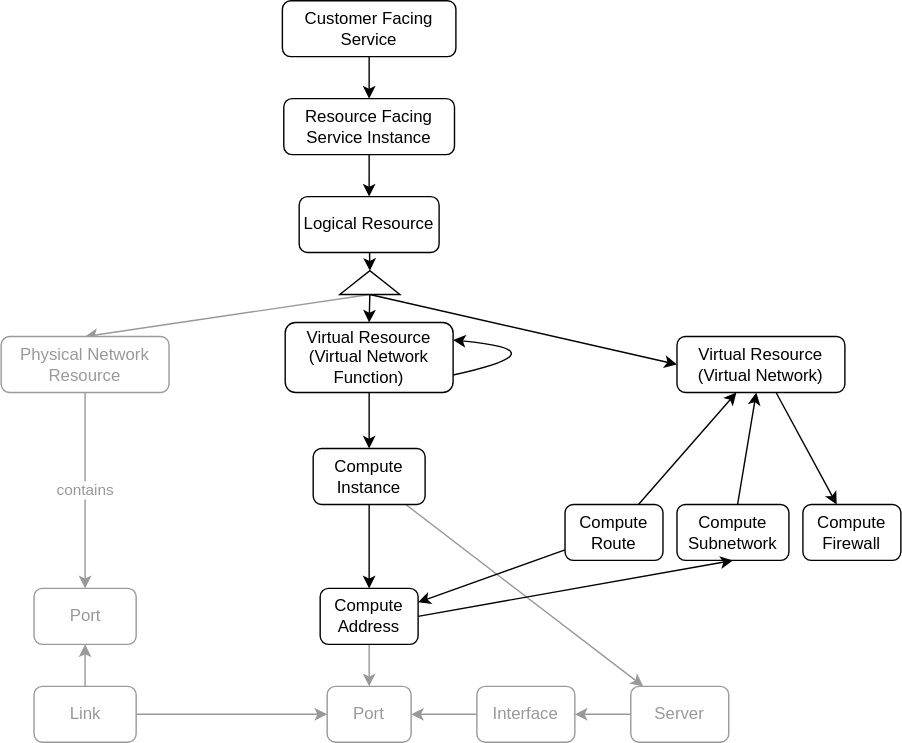
Before: drawings/graph/model.drawio.svg, a diagram exported from draw.io (LeegenSteven/NetworkAgent-dev). Source tidied: cells renumbered, new cells last; positions are measured from the earlier drawing's top-left corner, leaving out a move shared by most shapes.
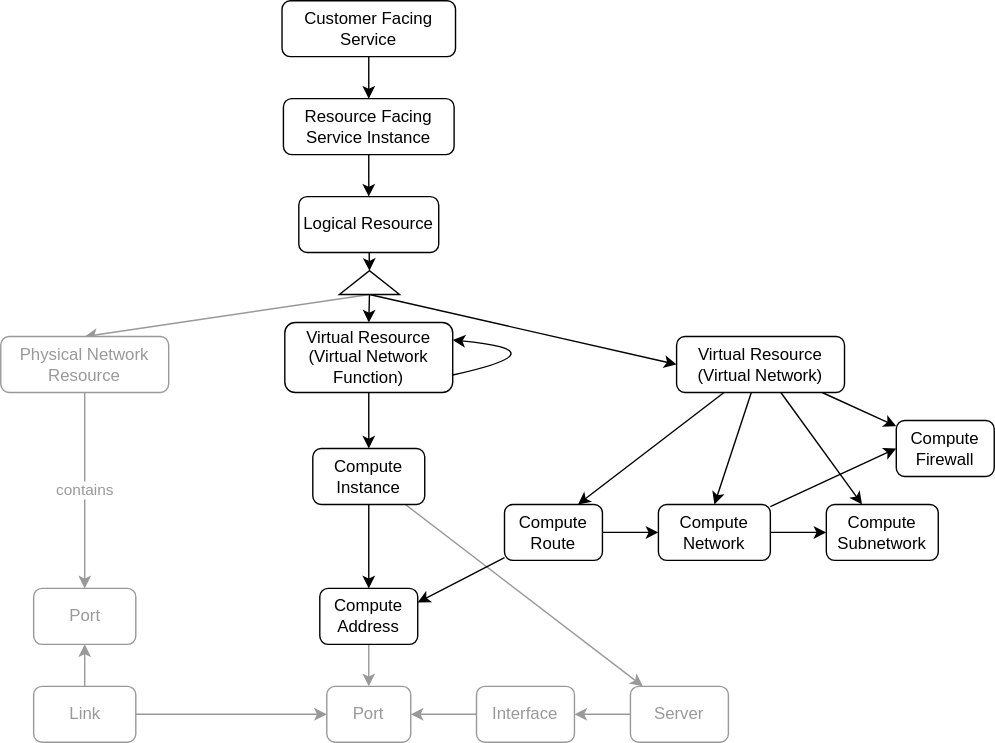
The same diagram one commit later.

The edit, as a diff of the source:
```diff
@@ -65,35 +65,38 @@
     <mxCell id="22" style="edgeStyle=none;html=1;" parent="1" edge="1" source="23" target="24">
       <mxGeometry relative="1" as="geometry" />
     </mxCell>
+    <mxCell id="40" style="edgeStyle=none;html=1;" parent="1" edge="1" source="23" target="26">
+      <mxGeometry relative="1" as="geometry" />
+    </mxCell>
+    <mxCell id="41" style="edgeStyle=none;html=1;entryX=0.75;entryY=0;entryDx=0;entryDy=0;" parent="1" edge="1" source="23" target="32">
+      <mxGeometry relative="1" as="geometry" />
+    </mxCell>
+    <mxCell id="42" style="edgeStyle=none;html=1;entryX=0.5;entryY=0;entryDx=0;entryDy=0;" parent="1" edge="1" source="23" target="46">
+      <mxGeometry relative="1" as="geometry" />
+    </mxCell>
     <mxCell id="23" value="Virtual Resource (Virtual Network)" style="rounded=1;whiteSpace=wrap;html=1;" parent="1" vertex="1">
       <mxGeometry x="483" y="240" width="120" height="40" as="geometry" />
     </mxCell>
     <mxCell id="24" value="Compute Firewall" style="rounded=1;whiteSpace=wrap;html=1;" parent="1" vertex="1">
-      <mxGeometry x="573" y="360" width="70" height="40" as="geometry" />
+      <mxGeometry x="640" y="300" width="70" height="40" as="geometry" />
     </mxCell>
-    <mxCell id="25" style="edgeStyle=none;html=1;" parent="1" edge="1" source="26" target="23">
-      <mxGeometry relative="1" as="geometry" />
-    </mxCell>
     <mxCell id="26" value="Compute Subnetwork" style="rounded=1;whiteSpace=wrap;html=1;" parent="1" vertex="1">
-      <mxGeometry x="483" y="360" width="80" height="40" as="geometry" />
+      <mxGeometry x="590" y="360" width="80" height="40" as="geometry" />
     </mxCell>
-    <mxCell id="27" style="edgeStyle=none;html=1;entryX=0.5;entryY=1;entryDx=0;entryDy=0;exitX=1;exitY=0.5;exitDx=0;exitDy=0;" parent="1" edge="1" source="29" target="26">
-      <mxGeometry relative="1" as="geometry" />
-    </mxCell>
     <mxCell id="28" style="edgeStyle=none;html=1;entryX=0.5;entryY=0;entryDx=0;entryDy=0;strokeColor=#999999;fontColor=#999999;" parent="1" edge="1" source="29" target="36">
       <mxGeometry relative="1" as="geometry" />
     </mxCell>
     <mxCell id="29" value="Compute Address" style="rounded=1;whiteSpace=wrap;html=1;" parent="1" vertex="1">
       <mxGeometry x="228" y="420" width="70" height="40" as="geometry" />
     </mxCell>
-    <mxCell id="30" style="edgeStyle=none;html=1;" parent="1" edge="1" source="32" target="23">
-      <mxGeometry relative="1" as="geometry" />
-    </mxCell>
     <mxCell id="31" style="edgeStyle=none;html=1;entryX=1;entryY=0.25;entryDx=0;entryDy=0;" parent="1" edge="1" source="32" target="29">
       <mxGeometry relative="1" as="geometry" />
     </mxCell>
+    <mxCell id="43" style="edgeStyle=none;html=1;entryX=0;entryY=0.5;entryDx=0;entryDy=0;" parent="1" edge="1" source="32" target="46">
+      <mxGeometry relative="1" as="geometry" />
+    </mxCell>
     <mxCell id="32" value="Compute Route" style="rounded=1;whiteSpace=wrap;html=1;" parent="1" vertex="1">
-      <mxGeometry x="403" y="360" width="70" height="40" as="geometry" />
+      <mxGeometry x="360" y="360" width="70" height="40" as="geometry" />
     </mxCell>
     <mxCell id="33" style="edgeStyle=orthogonalEdgeStyle;html=1;exitX=1;exitY=0.75;exitDx=0;exitDy=0;entryX=1;entryY=0.25;entryDx=0;entryDy=0;curved=1;" parent="1" edge="1" source="18" target="18">
       <mxGeometry relative="1" as="geometry">
@@ -120,5 +123,14 @@
     <mxCell id="39" style="triangle;whiteSpace=wrap;html=1;rotation=-90;" parent="1" vertex="1">
       <mxGeometry x="255" y="180" width="17" height="43" as="geometry" />
     </mxCell>
+    <mxCell id="44" style="edgeStyle=none;html=1;entryX=0;entryY=0.5;entryDx=0;entryDy=0;" parent="1" edge="1" source="46" target="26">
+      <mxGeometry relative="1" as="geometry" />
+    </mxCell>
+    <mxCell id="45" style="edgeStyle=none;html=1;entryX=0;entryY=0.5;entryDx=0;entryDy=0;" parent="1" edge="1" source="46" target="24">
+      <mxGeometry relative="1" as="geometry" />
+    </mxCell>
+    <mxCell id="46" value="Compute Network" style="rounded=1;whiteSpace=wrap;html=1;" parent="1" vertex="1">
+      <mxGeometry x="470" y="360" width="80" height="40" as="geometry" />
+    </mxCell>
   </root>
 </mxGraphModel>
```
